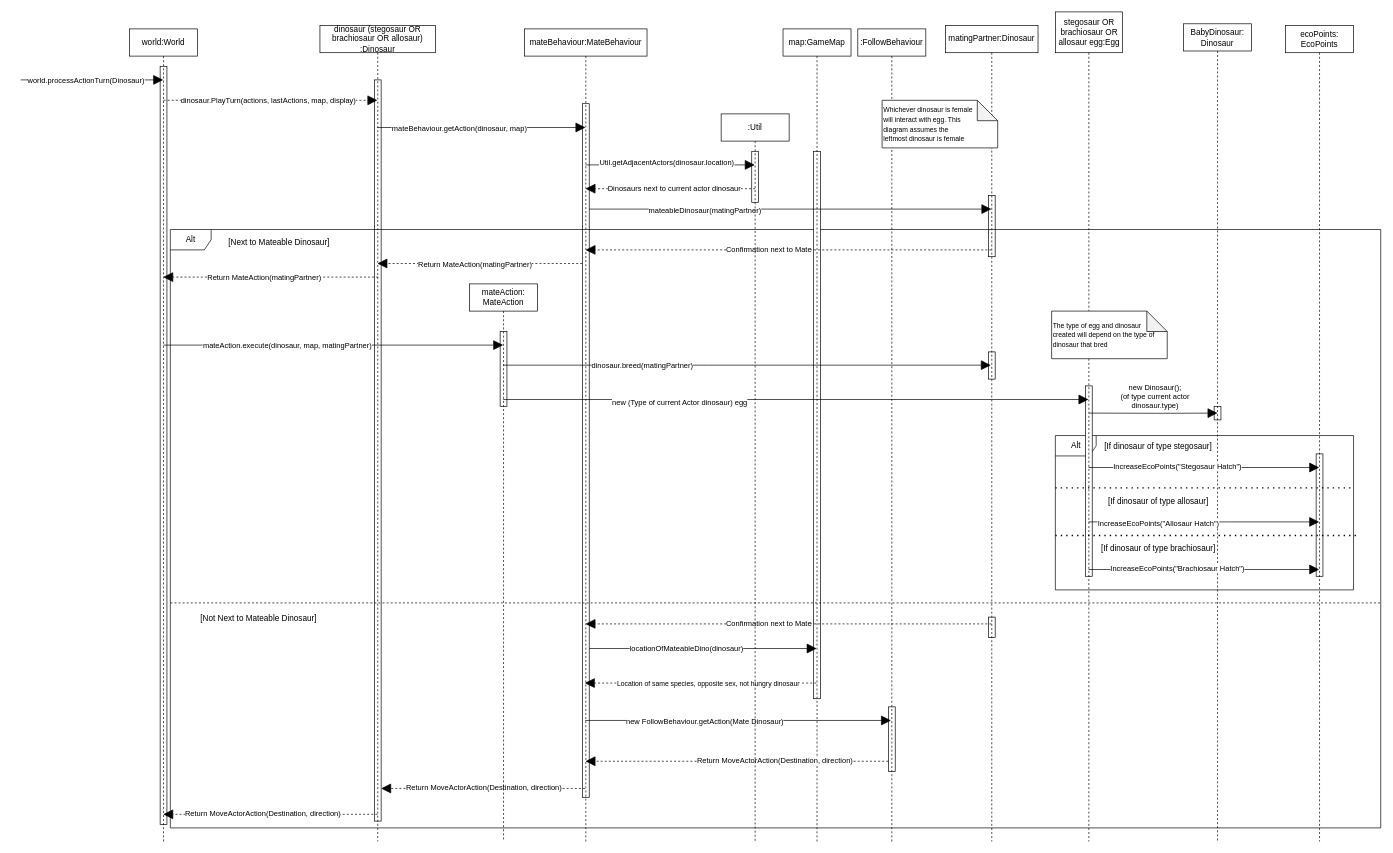
Before: Diagrams/Sequence/BreedingFinal_.drawio in Dax246/FIT2099, a draw.io diagram. Source tidied: cells renumbered, new cells numbered last; positions are measured from the earlier drawing's top-left corner, leaving out a move shared by most shapes. Both pictures are drawn from the tidied source at 68%, with x=0, y=0 at pixel (20, 12).
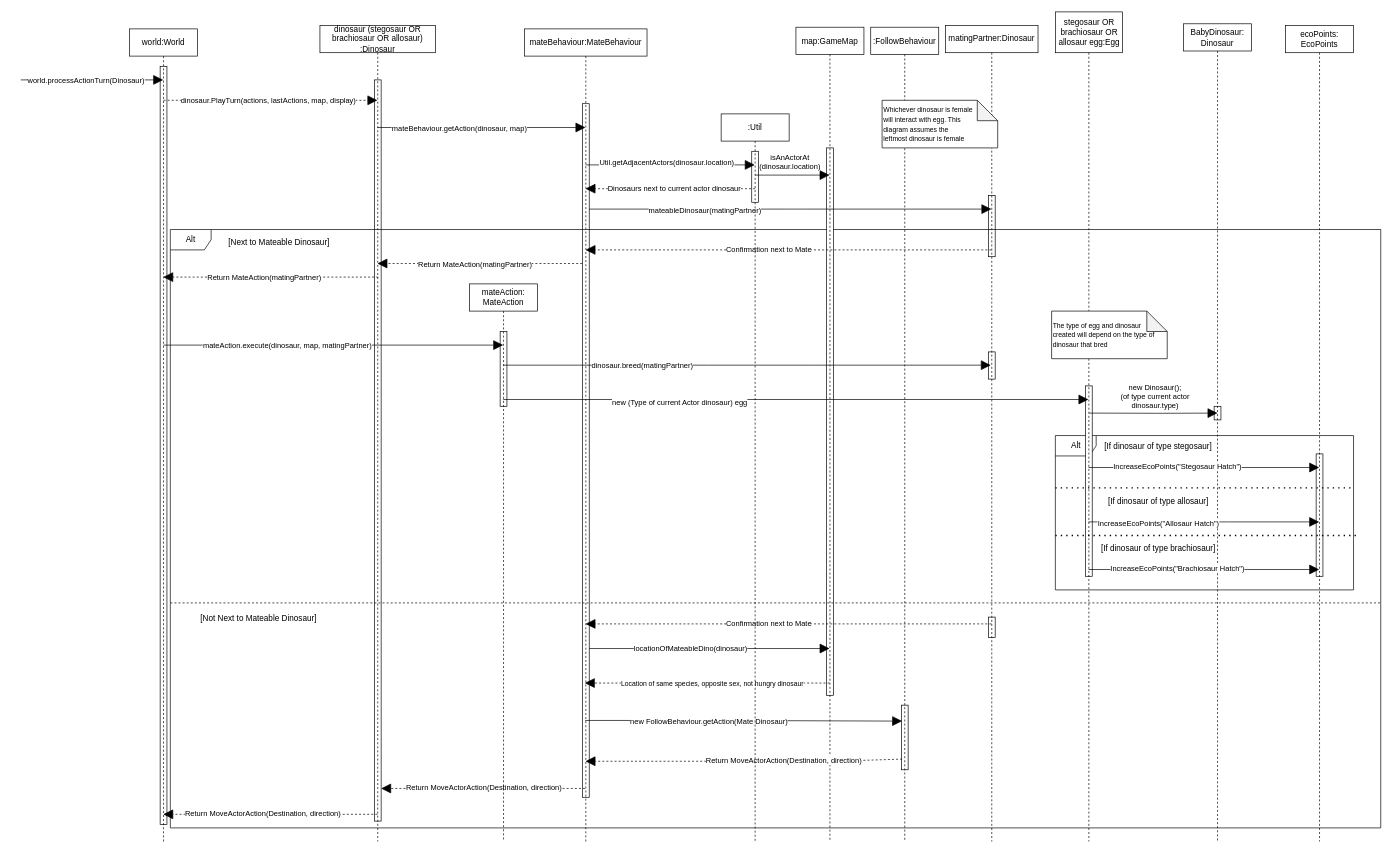
The same diagram, later.

Commit message (it also covers changes not shown here):
Finalised Ground and Fruit Class Diagram and Breeding Class Diagram Final

Unchanged cells that the change refers to:
```xml
<mxCell id="11" style="html=1;points=[];perimeter=orthogonalPerimeter;fillColor=none;" parent="10" vertex="1">
  <mxGeometry x="45" y="997" width="10" height="95" as="geometry" />
</mxCell>
<mxCell id="21" value="mateBehaviour:MateBehaviour" style="shape=umlLifeline;perimeter=lifelinePerimeter;whiteSpace=wrap;html=1;outlineConnect=0;" parent="1" vertex="1">
  <mxGeometry x="741" y="25" width="180" height="1195" as="geometry" />
</mxCell>
<mxCell id="69" value=":Util" style="shape=umlLifeline;perimeter=lifelinePerimeter;whiteSpace=wrap;html=1;outlineConnect=0;fillColor=none;" parent="1" vertex="1">
  <mxGeometry x="1030" y="150" width="100" height="1070" as="geometry" />
</mxCell>
```

What changed in the source:
```diff
@@
     <mxCell id="8" style="html=1;perimeter=orthogonalPerimeter;" parent="1" vertex="1">
-      <mxGeometry x="1166" y="205" width="10" height="805" as="geometry" />
+      <mxGeometry x="1185" y="200" width="10" height="805" as="geometry" />
     </mxCell>
     <mxCell id="9" value="map:GameMap" style="shape=umlLifeline;perimeter=lifelinePerimeter;whiteSpace=wrap;html=1;outlineConnect=0;" parent="1" vertex="1">
-      <mxGeometry x="1121" y="25" width="100" height="1195" as="geometry" />
+      <mxGeometry x="1140" y="22.5" width="100" height="1195" as="geometry" />
     </mxCell>
     <mxCell id="10" value=":FollowBehaviour" style="shape=umlLifeline;perimeter=lifelinePerimeter;whiteSpace=wrap;html=1;" parent="1" vertex="1">
-      <mxGeometry x="1231" y="25" width="100" height="1195" as="geometry" />
+      <mxGeometry x="1250" y="22.5" width="100" height="1195" as="geometry" />
     </mxCell>
@@
-    <mxCell id="12" style="endArrow=block;endFill=1;endSize=12;html=1;dashed=1;" parent="1" edge="1" target="21">
+    <mxCell id="12" style="endArrow=block;endFill=1;endSize=12;html=1;dashed=1;exitX=0.117;exitY=0.835;exitDx=0;exitDy=0;exitPerimeter=0;" parent="1" edge="1" source="11" target="21">
       <mxGeometry relative="1" as="geometry">
-        <mxPoint x="1275.8" y="1102" as="sourcePoint" />
         <Array as="points">
           <mxPoint x="1196.3" y="1102" />
         </Array>
       </mxGeometry>
     </mxCell>
@@
-    <mxCell id="25" style="endArrow=block;dashed=1;endFill=1;endSize=12;html=1;" parent="1" edge="1">
+    <mxCell id="25" style="endArrow=block;dashed=1;endFill=1;endSize=12;html=1;" parent="1" edge="1" source="9">
       <mxGeometry relative="1" as="geometry">
-        <mxPoint x="1170" y="987" as="sourcePoint" />
         <mxPoint x="829.5" y="987" as="targetPoint" />
         <Array as="points">
           <mxPoint x="1142.5" y="987" />
           <mxPoint x="1092.5" y="987" />
         </Array>
       </mxGeometry>
     </mxCell>
@@
-    <mxCell id="27" style="endArrow=block;endFill=1;endSize=12;html=1;" parent="1" edge="1">
+    <mxCell id="27" style="endArrow=block;endFill=1;endSize=12;html=1;entryX=0.117;entryY=0.247;entryDx=0;entryDy=0;entryPerimeter=0;" parent="1" edge="1" target="11">
       <mxGeometry relative="1" as="geometry">
         <mxPoint x="830" y="1042" as="sourcePoint" />
-        <mxPoint x="1279.8" y="1042" as="targetPoint" />
         <Array as="points">
           <mxPoint x="1030.3" y="1042" />
         </Array>
       </mxGeometry>
     </mxCell>
@@
+    <mxCell id="85" style="endArrow=block;endFill=1;endSize=12;html=1;" parent="69" edge="1" target="9">
+      <mxGeometry relative="1" as="geometry">
+        <mxPoint x="50" y="90" as="sourcePoint" />
+      </mxGeometry>
+    </mxCell>
+    <mxCell id="86" value="isAnActorAt&lt;br&gt;(dinosaur.location)" style="edgeLabel;html=1;align=center;verticalAlign=middle;" parent="85" vertex="1">
+      <mxGeometry x="-0.38" y="1" relative="1" as="geometry">
+        <mxPoint x="16" y="-19" as="offset" />
+      </mxGeometry>
+    </mxCell>
```
